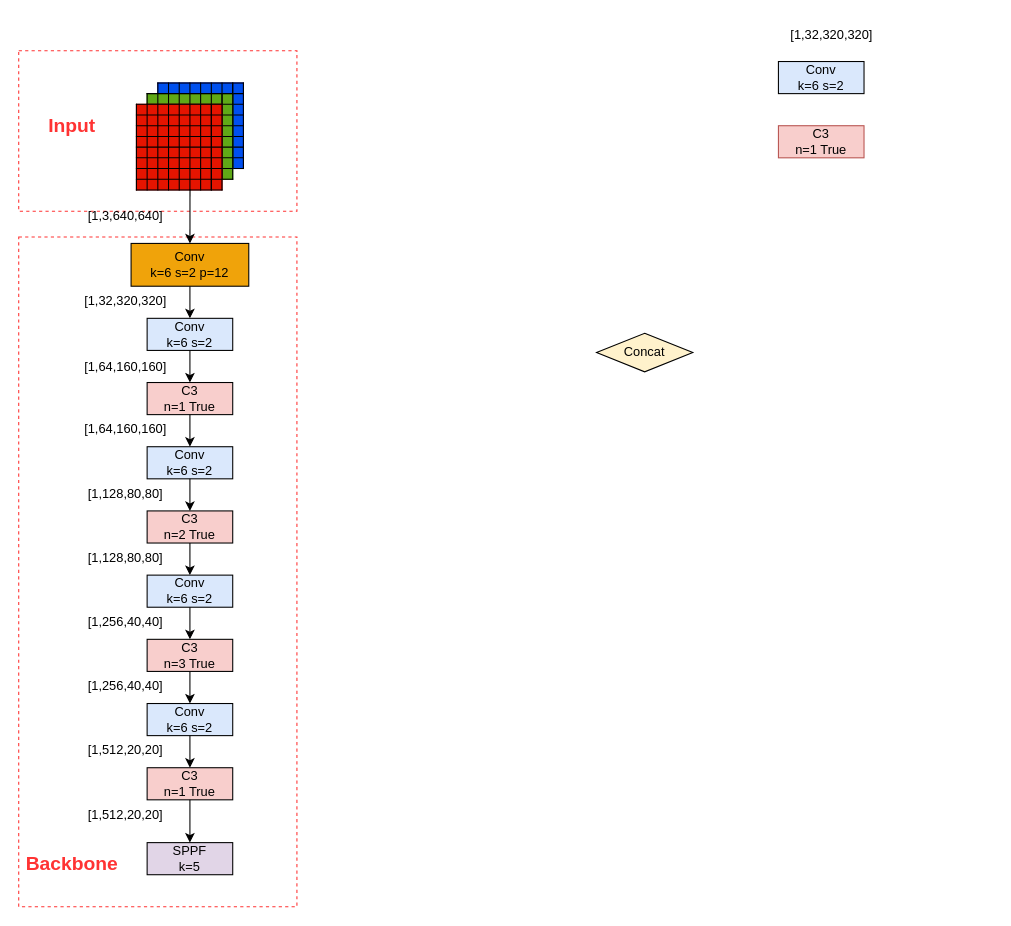
Arete-FFF/PicGo keeps this draw.io diagram as Draw.io/本科毕业设计/YOLOv5s_6.x.drawio. Above is the earlier version. Source tidied: cells renumbered, new cells numbered last; positions are measured from the earlier drawing's top-left corner, leaving out a move shared by most shapes. Both pictures are drawn from the tidied source at 107%, with x=0, y=0 at pixel (18, 18).
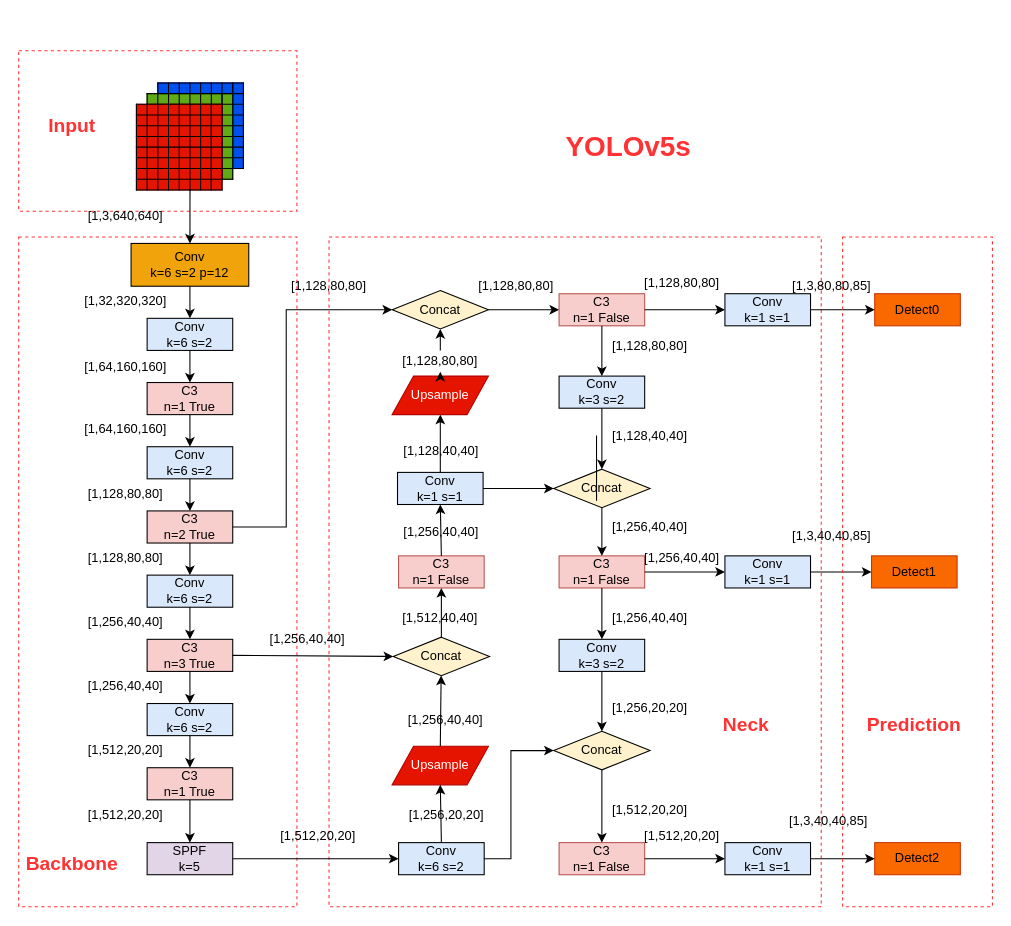
The same page after the edit.

The change refers to these unchanged cells:
```xml
<mxCell id="64" value="C3&lt;br&gt;n=2 True" style="rounded=0;whiteSpace=wrap;html=1;fillColor=#f8cecc;strokeColor=#000000;" parent="1" vertex="1">
  <mxGeometry x="120" y="460" width="80" height="30" as="geometry" />
</mxCell>
<mxCell id="67" value="C3&lt;br&gt;n=3 True" style="rounded=0;whiteSpace=wrap;html=1;fillColor=#F8CECC;strokeColor=#000000;" parent="1" vertex="1">
  <mxGeometry x="120" y="580" width="80" height="30" as="geometry" />
</mxCell>
<mxCell id="81" value="SPPF&lt;br&gt;k=5" style="rounded=0;whiteSpace=wrap;html=1;fillColor=#e1d5e7;strokeColor=#000000;" parent="1" vertex="1">
  <mxGeometry x="120" y="770" width="80" height="30" as="geometry" />
</mxCell>
```

Diff of the diagram source:
```diff
@@
+    <mxCell id="86" style="rounded=0;whiteSpace=wrap;html=1;fillColor=none;dashed=1;strokeColor=#FF3333;" parent="1" vertex="1">
+      <mxGeometry x="290" y="204" width="460" height="626" as="geometry" />
+    </mxCell>
@@
-    <mxCell id="51" value="[1,32,320,320]" style="rounded=0;whiteSpace=wrap;html=1;fillColor=none;strokeColor=none;" parent="1" vertex="1">
-      <mxGeometry x="700" width="120" height="30" as="geometry" />
-    </mxCell>
@@
     <mxCell id="56" value="Conv&lt;br&gt;k=6 s=2" style="rounded=0;whiteSpace=wrap;html=1;fillColor=#dae8fc;strokeColor=#000000;" parent="1" vertex="1">
-      <mxGeometry x="710" y="40" width="80" height="30" as="geometry" />
+      <mxGeometry x="355" y="770" width="80" height="30" as="geometry" />
     </mxCell>
@@
-    <mxCell id="58" value="C3&lt;br&gt;n=1 True" style="rounded=0;whiteSpace=wrap;html=1;fillColor=#f8cecc;strokeColor=#b85450;" parent="1" vertex="1">
-      <mxGeometry x="710" y="100" width="80" height="30" as="geometry" />
+    <mxCell id="58" value="Detect1" style="rounded=0;whiteSpace=wrap;html=1;fillColor=#fa6800;strokeColor=#C73500;fontColor=#000000;" parent="1" vertex="1">
+      <mxGeometry x="797" y="502" width="80" height="30" as="geometry" />
     </mxCell>
@@
     <mxCell id="85" value="Concat" style="rhombus;whiteSpace=wrap;html=1;fillColor=#fff2cc;strokeColor=#000000;" parent="1" vertex="1">
-      <mxGeometry x="540" y="294" width="90" height="36" as="geometry" />
+      <mxGeometry x="349" y="254" width="90" height="36" as="geometry" />
     </mxCell>
+    <mxCell id="87" value="Concat" style="rhombus;whiteSpace=wrap;html=1;fillColor=#fff2cc;strokeColor=#000000;" parent="1" vertex="1">
+      <mxGeometry x="350" y="578" width="90" height="36" as="geometry" />
+    </mxCell>
+    <mxCell id="88" value="Concat" style="rhombus;whiteSpace=wrap;html=1;fillColor=#fff2cc;strokeColor=#000000;" parent="1" vertex="1">
+      <mxGeometry x="500" y="666" width="90" height="36" as="geometry" />
+    </mxCell>
+    <mxCell id="89" style="endArrow=classic;html=1;rounded=0;entryX=0;entryY=0.5;entryDx=0;entryDy=0;exitX=1;exitY=0.5;exitDx=0;exitDy=0;" parent="1" edge="1" source="64" target="85">
+      <mxGeometry relative="1" as="geometry">
+        <Array as="points">
+          <mxPoint x="250" y="475" />
+          <mxPoint x="250" y="272" />
+        </Array>
+      </mxGeometry>
+    </mxCell>
+    <mxCell id="90" style="endArrow=classic;html=1;rounded=0;entryX=0;entryY=0.5;entryDx=0;entryDy=0;exitX=1;exitY=0.5;exitDx=0;exitDy=0;" parent="1" edge="1" source="81" target="56">
+      <mxGeometry relative="1" as="geometry" />
+    </mxCell>
+    <mxCell id="91" value="Conv&lt;br&gt;k=1 s=1" style="rounded=0;whiteSpace=wrap;html=1;fillColor=#dae8fc;strokeColor=#000000;" parent="1" vertex="1">
+      <mxGeometry x="354" y="424" width="80" height="30" as="geometry" />
+    </mxCell>
+    <mxCell id="92" style="endArrow=classic;html=1;rounded=0;entryX=0;entryY=0.5;entryDx=0;entryDy=0;exitX=1;exitY=0.5;exitDx=0;exitDy=0;" parent="1" edge="1" source="56" target="88">
+      <mxGeometry relative="1" as="geometry">
+        <Array as="points">
+          <mxPoint x="460" y="785" />
+          <mxPoint x="460" y="684" />
+        </Array>
+      </mxGeometry>
+    </mxCell>
+    <mxCell id="93" value="Upsample" style="shape=parallelogram;perimeter=parallelogramPerimeter;whiteSpace=wrap;html=1;fixedSize=1;fillColor=#e51400;fontColor=#ffffff;strokeColor=#B20000;" parent="1" vertex="1">
+      <mxGeometry x="349" y="680" width="90" height="36" as="geometry" />
+    </mxCell>
+    <mxCell id="94" value="Upsample" style="shape=parallelogram;perimeter=parallelogramPerimeter;whiteSpace=wrap;html=1;fixedSize=1;fillColor=#e51400;fontColor=#ffffff;strokeColor=#B20000;" parent="1" vertex="1">
+      <mxGeometry x="349" y="334" width="90" height="36" as="geometry" />
+    </mxCell>
+    <mxCell id="95" style="endArrow=classic;html=1;rounded=0;entryX=0.5;entryY=1;entryDx=0;entryDy=0;exitX=0.5;exitY=0;exitDx=0;exitDy=0;" parent="1" edge="1" source="56" target="93">
+      <mxGeometry relative="1" as="geometry" />
+    </mxCell>
+    <mxCell id="96" style="endArrow=classic;html=1;rounded=0;exitX=0.5;exitY=0;exitDx=0;exitDy=0;" parent="1" edge="1" source="93" target="87">
+      <mxGeometry relative="1" as="geometry" />
+    </mxCell>
+    <mxCell id="97" value="C3&lt;br&gt;n=1 False" style="rounded=0;whiteSpace=wrap;html=1;fillColor=#f8cecc;strokeColor=#b85450;" parent="1" vertex="1">
+      <mxGeometry x="355" y="502" width="80" height="30" as="geometry" />
+    </mxCell>
+    <mxCell id="98" style="endArrow=classic;html=1;rounded=0;exitX=1;exitY=0.5;exitDx=0;exitDy=0;entryX=0;entryY=0.5;entryDx=0;entryDy=0;" parent="1" edge="1" source="67" target="87">
+      <mxGeometry relative="1" as="geometry" />
+    </mxCell>
+    <mxCell id="99" style="endArrow=classic;html=1;rounded=0;exitX=0.5;exitY=0;exitDx=0;exitDy=0;entryX=0.5;entryY=1;entryDx=0;entryDy=0;" parent="1" edge="1" source="87" target="97">
+      <mxGeometry relative="1" as="geometry" />
+    </mxCell>
+    <mxCell id="100" style="endArrow=classic;html=1;rounded=0;exitX=0.5;exitY=0;exitDx=0;exitDy=0;entryX=0.5;entryY=1;entryDx=0;entryDy=0;" parent="1" edge="1" source="97" target="91">
+      <mxGeometry relative="1" as="geometry" />
+    </mxCell>
+    <mxCell id="101" style="endArrow=classic;html=1;rounded=0;" parent="1" edge="1" source="91" target="94">
+      <mxGeometry relative="1" as="geometry" />
+    </mxCell>
+    <mxCell id="102" style="endArrow=classic;html=1;rounded=0;exitX=0.5;exitY=0;exitDx=0;exitDy=0;entryX=0.5;entryY=1;entryDx=0;entryDy=0;" parent="1" edge="1" source="138" target="85">
+      <mxGeometry relative="1" as="geometry" />
+    </mxCell>
+    <mxCell id="103" value="C3&lt;br&gt;n=1 False" style="rounded=0;whiteSpace=wrap;html=1;fillColor=#f8cecc;strokeColor=#b85450;" parent="1" vertex="1">
+      <mxGeometry x="505" y="257" width="80" height="30" as="geometry" />
+    </mxCell>
+    <mxCell id="104" value="Conv&lt;br&gt;k=1 s=1" style="rounded=0;whiteSpace=wrap;html=1;fillColor=#dae8fc;strokeColor=#000000;" parent="1" vertex="1">
+      <mxGeometry x="660" y="502" width="80" height="30" as="geometry" />
+    </mxCell>
+    <mxCell id="105" value="Conv&lt;br&gt;k=1 s=1" style="rounded=0;whiteSpace=wrap;html=1;fillColor=#dae8fc;strokeColor=#000000;" parent="1" vertex="1">
+      <mxGeometry x="660" y="257" width="80" height="30" as="geometry" />
+    </mxCell>
+    <mxCell id="106" value="Conv&lt;br&gt;k=1 s=1" style="rounded=0;whiteSpace=wrap;html=1;fillColor=#dae8fc;strokeColor=#000000;" parent="1" vertex="1">
+      <mxGeometry x="660" y="770" width="80" height="30" as="geometry" />
+    </mxCell>
+    <mxCell id="107" value="Conv&lt;br&gt;k=3 s=2" style="rounded=0;whiteSpace=wrap;html=1;fillColor=#dae8fc;strokeColor=#000000;" parent="1" vertex="1">
+      <mxGeometry x="505" y="334" width="80" height="30" as="geometry" />
+    </mxCell>
+    <mxCell id="108" value="Concat" style="rhombus;whiteSpace=wrap;html=1;fillColor=#fff2cc;strokeColor=#000000;" parent="1" vertex="1">
+      <mxGeometry x="500" y="421" width="90" height="36" as="geometry" />
+    </mxCell>
+    <mxCell id="109" value="C3&lt;br&gt;n=1 False" style="rounded=0;whiteSpace=wrap;html=1;fillColor=#f8cecc;strokeColor=#b85450;" parent="1" vertex="1">
+      <mxGeometry x="505" y="502" width="80" height="30" as="geometry" />
+    </mxCell>
+    <mxCell id="110" value="Conv&lt;br&gt;k=3 s=2" style="rounded=0;whiteSpace=wrap;html=1;fillColor=#dae8fc;strokeColor=#000000;" parent="1" vertex="1">
+      <mxGeometry x="505" y="580" width="80" height="30" as="geometry" />
+    </mxCell>
+    <mxCell id="111" value="C3&lt;br&gt;n=1 False" style="rounded=0;whiteSpace=wrap;html=1;fillColor=#f8cecc;strokeColor=#b85450;" parent="1" vertex="1">
+      <mxGeometry x="505" y="770" width="80" height="30" as="geometry" />
+    </mxCell>
+    <mxCell id="112" style="endArrow=classic;html=1;rounded=0;exitX=1;exitY=0.5;exitDx=0;exitDy=0;entryX=0;entryY=0.5;entryDx=0;entryDy=0;" parent="1" edge="1" source="103" target="105">
+      <mxGeometry relative="1" as="geometry" />
+    </mxCell>
+    <mxCell id="113" style="endArrow=classic;html=1;rounded=0;exitX=1;exitY=0.5;exitDx=0;exitDy=0;entryX=0;entryY=0.5;entryDx=0;entryDy=0;" parent="1" edge="1" source="85" target="103">
+      <mxGeometry relative="1" as="geometry" />
+    </mxCell>
+    <mxCell id="114" style="endArrow=classic;html=1;rounded=0;exitX=0.5;exitY=1;exitDx=0;exitDy=0;entryX=0.5;entryY=0;entryDx=0;entryDy=0;" parent="1" edge="1" source="103" target="107">
+      <mxGeometry relative="1" as="geometry" />
+    </mxCell>
+    <mxCell id="115" style="endArrow=classic;html=1;rounded=0;exitX=0.5;exitY=1;exitDx=0;exitDy=0;entryX=0.5;entryY=0;entryDx=0;entryDy=0;" parent="1" edge="1" source="107" target="108">
+      <mxGeometry relative="1" as="geometry" />
+    </mxCell>
+    <mxCell id="116" style="endArrow=classic;html=1;rounded=0;exitX=1;exitY=0.5;exitDx=0;exitDy=0;entryX=0;entryY=0.5;entryDx=0;entryDy=0;" parent="1" edge="1" source="91" target="108">
+      <mxGeometry relative="1" as="geometry" />
+    </mxCell>
+    <mxCell id="117" style="endArrow=classic;html=1;rounded=0;exitX=0.5;exitY=1;exitDx=0;exitDy=0;entryX=0.5;entryY=0;entryDx=0;entryDy=0;" parent="1" edge="1" source="108" target="109">
+      <mxGeometry relative="1" as="geometry" />
+    </mxCell>
+    <mxCell id="118" style="endArrow=classic;html=1;rounded=0;exitX=0.5;exitY=1;exitDx=0;exitDy=0;entryX=0.5;entryY=0;entryDx=0;entryDy=0;" parent="1" edge="1" source="109" target="110">
+      <mxGeometry relative="1" as="geometry" />
+    </mxCell>
+    <mxCell id="119" style="endArrow=classic;html=1;rounded=0;exitX=0.5;exitY=1;exitDx=0;exitDy=0;entryX=0.5;entryY=0;entryDx=0;entryDy=0;" parent="1" edge="1" source="110" target="88">
+      <mxGeometry relative="1" as="geometry" />
+    </mxCell>
+    <mxCell id="120" style="endArrow=classic;html=1;rounded=0;exitX=0.5;exitY=1;exitDx=0;exitDy=0;" parent="1" edge="1" source="88" target="111">
+      <mxGeometry relative="1" as="geometry" />
+    </mxCell>
+    <mxCell id="121" style="endArrow=classic;html=1;rounded=0;entryX=0;entryY=0.5;entryDx=0;entryDy=0;" parent="1" edge="1" source="109" target="104">
+      <mxGeometry relative="1" as="geometry" />
+    </mxCell>
+    <mxCell id="122" style="endArrow=classic;html=1;rounded=0;exitX=1;exitY=0.5;exitDx=0;exitDy=0;entryX=0;entryY=0.5;entryDx=0;entryDy=0;" parent="1" edge="1" source="111" target="106">
+      <mxGeometry relative="1" as="geometry" />
+    </mxCell>
+    <mxCell id="123" value="&lt;h2&gt;&lt;font color=&quot;#ff3333&quot;&gt;Neck&lt;/font&gt;&lt;/h2&gt;" style="rounded=0;whiteSpace=wrap;html=1;fillColor=none;strokeColor=none;" parent="1" vertex="1">
+      <mxGeometry x="630" y="640" width="100" height="40" as="geometry" />
+    </mxCell>
+    <mxCell id="124" value="Detect0" style="rounded=0;whiteSpace=wrap;html=1;fillColor=#fa6800;strokeColor=#C73500;fontColor=#000000;" parent="1" vertex="1">
+      <mxGeometry x="800" y="257" width="80" height="30" as="geometry" />
+    </mxCell>
+    <mxCell id="125" value="Detect2" style="rounded=0;whiteSpace=wrap;html=1;fillColor=#fa6800;strokeColor=#C73500;fontColor=#000000;" parent="1" vertex="1">
+      <mxGeometry x="800" y="770" width="80" height="30" as="geometry" />
+    </mxCell>
+    <mxCell id="126" style="endArrow=classic;html=1;rounded=0;exitX=1;exitY=0.5;exitDx=0;exitDy=0;entryX=0;entryY=0.5;entryDx=0;entryDy=0;" parent="1" edge="1" source="105" target="124">
+      <mxGeometry relative="1" as="geometry" />
+    </mxCell>
+    <mxCell id="127" style="endArrow=classic;html=1;rounded=0;entryX=0;entryY=0.5;entryDx=0;entryDy=0;" parent="1" edge="1" source="104" target="58">
+      <mxGeometry relative="1" as="geometry" />
+    </mxCell>
+    <mxCell id="128" style="endArrow=classic;html=1;rounded=0;entryX=0;entryY=0.5;entryDx=0;entryDy=0;" parent="1" edge="1" source="106" target="125">
+      <mxGeometry relative="1" as="geometry" />
+    </mxCell>
+    <mxCell id="129" style="rounded=0;whiteSpace=wrap;html=1;fillColor=none;dashed=1;strokeColor=#FF3333;" parent="1" vertex="1">
+      <mxGeometry x="770" y="204" width="140" height="626" as="geometry" />
+    </mxCell>
+    <mxCell id="130" value="&lt;h2&gt;&lt;font color=&quot;#ff3333&quot;&gt;Prediction&lt;/font&gt;&lt;/h2&gt;" style="rounded=0;whiteSpace=wrap;html=1;fillColor=none;strokeColor=none;" parent="1" vertex="1">
+      <mxGeometry x="787" y="640" width="100" height="40" as="geometry" />
+    </mxCell>
+    <mxCell id="131" value="[1,512,20,20]" style="rounded=0;whiteSpace=wrap;html=1;fillColor=none;strokeColor=none;" parent="1" vertex="1">
+      <mxGeometry x="240" y="754" width="80" height="20" as="geometry" />
+    </mxCell>
+    <mxCell id="132" value="[1,256,20,20]" style="rounded=0;whiteSpace=wrap;html=1;fillColor=none;strokeColor=none;" parent="1" vertex="1">
+      <mxGeometry x="360" y="734" width="80" height="20" as="geometry" />
+    </mxCell>
+    <mxCell id="133" value="[1,256,40,40]" style="rounded=0;whiteSpace=wrap;html=1;fillColor=none;strokeColor=none;" parent="1" vertex="1">
+      <mxGeometry x="359" y="646" width="80" height="20" as="geometry" />
+    </mxCell>
+    <mxCell id="134" value="[1,512,40,40]" style="rounded=0;whiteSpace=wrap;html=1;fillColor=none;strokeColor=none;" parent="1" vertex="1">
+      <mxGeometry x="354" y="550" width="80" height="20" as="geometry" />
+    </mxCell>
+    <mxCell id="135" value="[1,256,40,40]" style="rounded=0;whiteSpace=wrap;html=1;fillColor=none;strokeColor=none;" parent="1" vertex="1">
+      <mxGeometry x="355" y="470" width="80" height="20" as="geometry" />
+    </mxCell>
+    <mxCell id="136" value="[1,128,40,40]" style="rounded=0;whiteSpace=wrap;html=1;fillColor=none;strokeColor=none;" parent="1" vertex="1">
+      <mxGeometry x="355" y="394" width="80" height="20" as="geometry" />
+    </mxCell>
+    <mxCell id="137" style="endArrow=classic;html=1;rounded=0;exitX=0.5;exitY=0;exitDx=0;exitDy=0;entryX=0.5;entryY=1;entryDx=0;entryDy=0;" parent="1" edge="1" source="94" target="138">
+      <mxGeometry relative="1" as="geometry" />
+    </mxCell>
+    <mxCell id="138" value="[1,128,80,80]" style="rounded=0;whiteSpace=wrap;html=1;fillColor=none;strokeColor=none;" parent="1" vertex="1">
+      <mxGeometry x="354" y="310" width="80" height="20" as="geometry" />
+    </mxCell>
+    <mxCell id="139" value="[1,128,80,80]" style="rounded=0;whiteSpace=wrap;html=1;fillColor=none;strokeColor=none;" parent="1" vertex="1">
+      <mxGeometry x="425" y="240" width="80" height="20" as="geometry" />
+    </mxCell>
+    <mxCell id="140" value="[1,128,80,80]" style="rounded=0;whiteSpace=wrap;html=1;fillColor=none;strokeColor=none;" parent="1" vertex="1">
+      <mxGeometry x="250" y="240" width="80" height="20" as="geometry" />
+    </mxCell>
+    <mxCell id="141" value="[1,256,40,40]" style="rounded=0;whiteSpace=wrap;html=1;fillColor=none;strokeColor=none;" parent="1" vertex="1">
+      <mxGeometry x="230" y="570" width="80" height="20" as="geometry" />
+    </mxCell>
+    <mxCell id="142" value="[1,128,80,80]" style="rounded=0;whiteSpace=wrap;html=1;fillColor=none;strokeColor=none;" parent="1" vertex="1">
+      <mxGeometry x="580" y="237" width="80" height="20" as="geometry" />
+    </mxCell>
+    <mxCell id="143" value="[1,128,80,80]" style="rounded=0;whiteSpace=wrap;html=1;fillColor=none;strokeColor=none;" parent="1" vertex="1">
+      <mxGeometry x="550" y="296" width="80" height="20" as="geometry" />
+    </mxCell>
+    <mxCell id="144" value="[1,128,40,40]" style="rounded=0;whiteSpace=wrap;html=1;fillColor=none;strokeColor=none;" parent="1" vertex="1">
+      <mxGeometry x="550" y="380" width="80" height="20" as="geometry" />
+    </mxCell>
+    <mxCell id="145" value="[1,256,40,40]" style="rounded=0;whiteSpace=wrap;html=1;fillColor=none;strokeColor=none;" parent="1" vertex="1">
+      <mxGeometry x="550" y="465" width="80" height="20" as="geometry" />
+    </mxCell>
+    <mxCell id="146" value="[1,256,40,40]" style="rounded=0;whiteSpace=wrap;html=1;fillColor=none;strokeColor=none;" parent="1" vertex="1">
+      <mxGeometry x="580" y="494" width="80" height="20" as="geometry" />
+    </mxCell>
+    <mxCell id="147" value="[1,256,40,40]" style="rounded=0;whiteSpace=wrap;html=1;fillColor=none;strokeColor=none;" parent="1" vertex="1">
+      <mxGeometry x="550" y="550" width="80" height="20" as="geometry" />
+    </mxCell>
+    <mxCell id="148" value="[1,256,20,20]" style="rounded=0;whiteSpace=wrap;html=1;fillColor=none;strokeColor=none;" parent="1" vertex="1">
+      <mxGeometry x="550" y="634" width="80" height="20" as="geometry" />
+    </mxCell>
+    <mxCell id="149" value="[1,512,20,20]" style="rounded=0;whiteSpace=wrap;html=1;fillColor=none;strokeColor=none;" parent="1" vertex="1">
+      <mxGeometry x="550" y="730" width="80" height="20" as="geometry" />
+    </mxCell>
+    <mxCell id="150" value="[1,512,20,20]" style="rounded=0;whiteSpace=wrap;html=1;fillColor=none;strokeColor=none;" parent="1" vertex="1">
+      <mxGeometry x="580" y="754" width="80" height="20" as="geometry" />
+    </mxCell>
+    <mxCell id="151" value="[1,3,80,80,85]" style="rounded=0;whiteSpace=wrap;html=1;fillColor=none;strokeColor=none;" parent="1" vertex="1">
+      <mxGeometry x="720" y="240" width="80" height="20" as="geometry" />
+    </mxCell>
+    <mxCell id="152" value="[1,3,40,40,85]" style="rounded=0;whiteSpace=wrap;html=1;fillColor=none;strokeColor=none;" parent="1" vertex="1">
+      <mxGeometry x="720" y="474" width="80" height="20" as="geometry" />
+    </mxCell>
+    <mxCell id="153" value="[1,3,40,40,85]" style="rounded=0;whiteSpace=wrap;html=1;fillColor=none;strokeColor=none;" parent="1" vertex="1">
+      <mxGeometry x="717" y="740" width="80" height="20" as="geometry" />
+    </mxCell>
+    <mxCell id="154" value="&lt;h2&gt;&lt;font style=&quot;font-size: 26px;&quot; color=&quot;#ff3333&quot;&gt;YOLOv5s&lt;/font&gt;&lt;/h2&gt;" style="rounded=0;whiteSpace=wrap;html=1;fillColor=none;strokeColor=none;" parent="1" vertex="1">
+      <mxGeometry x="480" y="80" width="180" height="80" as="geometry" />
+    </mxCell>
+    <mxCell id="155" style="shape=partialRectangle;whiteSpace=wrap;html=1;right=0;top=0;bottom=0;fillColor=none;routingCenterX=-0.5;" parent="1" vertex="1">
+      <mxGeometry x="540" y="390" width="120" height="60" as="geometry" />
+    </mxCell>
```
